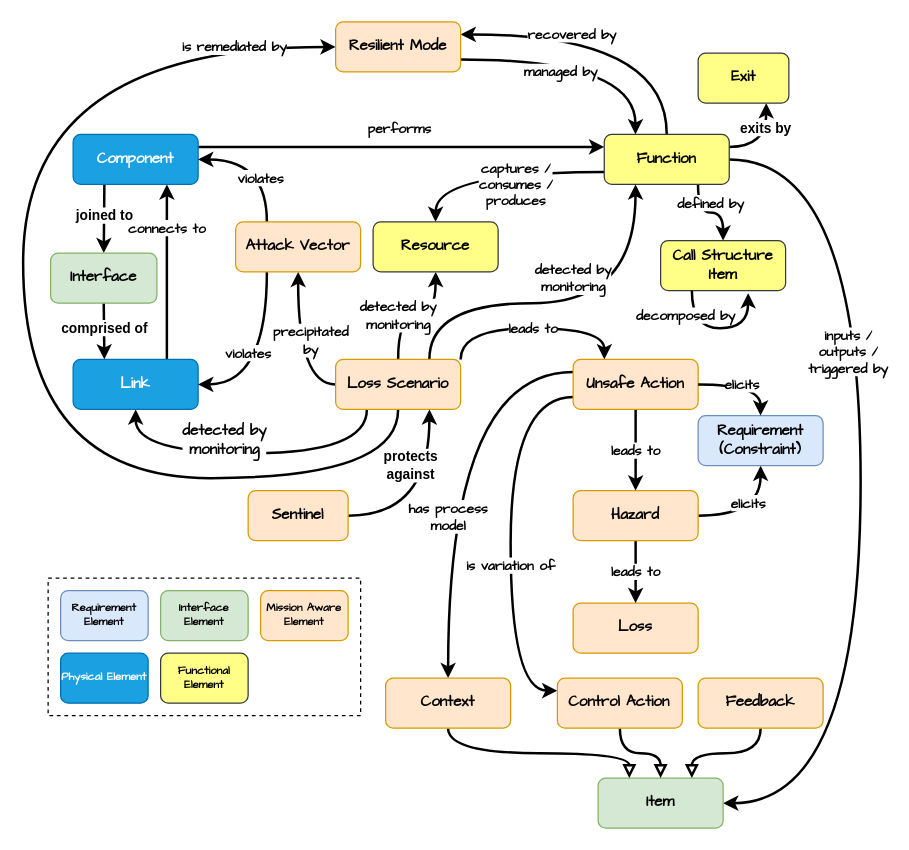
Earlier version of the draw.io diagram page "ma-mbse" (2 of 2) of images/source/mission-aware.drawio (coordinated-systems-lab/ma-mbse-metamodel). Source tidied: cells renumbered, new cells numbered last; positions are measured from the earlier drawing's top-left corner, leaving out a move shared by most shapes. Both pictures are drawn from the tidied source at 125%, with x=0, y=0 at pixel (22, 21).
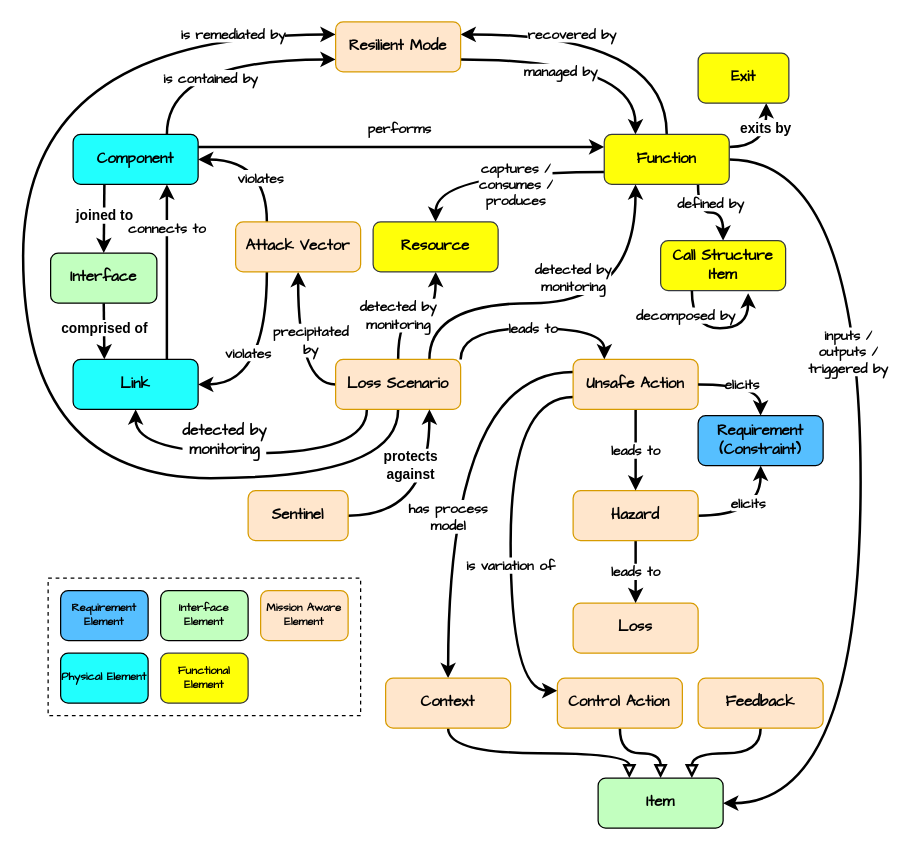
Above is the later version.

The change refers to these unchanged cells:
```xml
<mxCell id="29" value="Loss Scenario" style="rounded=1;whiteSpace=wrap;html=1;fillColor=#ffe6cc;strokeColor=#d79b00;fontFamily=Comic Sans MS;fontStyle=1;" parent="1" vertex="1">
  <mxGeometry x="250" y="270" width="100" height="40" as="geometry" />
</mxCell>
<mxCell id="42" value="Resilient Mode" style="rounded=1;whiteSpace=wrap;html=1;fillColor=#ffe6cc;strokeColor=#d79b00;fontFamily=Comic Sans MS;fontStyle=1;" parent="1" vertex="1">
  <mxGeometry x="250" width="100" height="40" as="geometry" />
</mxCell>
<mxCell id="44" style="group;fontStyle=1;" parent="1" vertex="1">
  <mxGeometry x="20" y="445" width="250" height="110" as="geometry" />
</mxCell>
```

The edit, as a diff of the source:
```diff
@@
-    <mxCell id="4" value="Component" style="rounded=1;whiteSpace=wrap;html=1;fillColor=#1ba1e2;strokeColor=#006EAF;fontFamily=Comic Sans MS;fontColor=#ffffff;fontStyle=1;" parent="1" vertex="1">
+    <mxCell id="4" value="Component" style="rounded=1;whiteSpace=wrap;html=1;fillColor=#21fffe;strokeColor=#000000;fontFamily=Comic Sans MS;fontColor=#000000;fontStyle=1;" parent="1" vertex="1">
       <mxGeometry x="40" y="90" width="100" height="40" as="geometry" />
     </mxCell>
@@
-    <mxCell id="10" value="Function" style="rounded=1;whiteSpace=wrap;html=1;fillColor=#ffff88;strokeColor=#36393d;fontFamily=Comic Sans MS;fontStyle=1;" parent="1" vertex="1">
+    <mxCell id="10" value="Function" style="rounded=1;whiteSpace=wrap;html=1;fillColor=#ffff09;strokeColor=#36393d;fontFamily=Comic Sans MS;fontStyle=1;" parent="1" vertex="1">
       <mxGeometry x="464.9" y="90" width="100" height="40" as="geometry" />
     </mxCell>
@@
-    <mxCell id="16" value="Link" style="rounded=1;whiteSpace=wrap;html=1;fillColor=#1ba1e2;strokeColor=#006EAF;fontFamily=Comic Sans MS;fontColor=#ffffff;fontStyle=1;" parent="1" vertex="1">
+    <mxCell id="16" value="Link" style="rounded=1;whiteSpace=wrap;html=1;fillColor=#21fffe;strokeColor=#000000;fontFamily=Comic Sans MS;fontColor=#000000;fontStyle=1;" parent="1" vertex="1">
       <mxGeometry x="40" y="270" width="100" height="40" as="geometry" />
     </mxCell>
@@
-    <mxCell id="21" value="Item" style="rounded=1;whiteSpace=wrap;html=1;fillColor=#d5e8d4;strokeColor=#82b366;fontFamily=Comic Sans MS;fontStyle=1;" parent="1" vertex="1">
+    <mxCell id="21" value="Item" style="rounded=1;whiteSpace=wrap;html=1;fillColor=#c2ffbf;strokeColor=#000000;fontFamily=Comic Sans MS;fontStyle=1;" parent="1" vertex="1">
       <mxGeometry x="460" y="605" width="100" height="40" as="geometry" />
     </mxCell>
@@
-    <mxCell id="23" value="is remediated by" style="edgeStyle=orthogonalEdgeStyle;curved=1;rounded=0;jettySize=auto;html=1;entryX=0;entryY=0.5;entryDx=0;entryDy=0;endArrow=classic;fontFamily=Comic Sans MS;fontStyle=1;strokeWidth=2;exitX=0.5;exitY=1;exitDx=0;exitDy=0;" parent="1" edge="1" source="29" target="42">
+    <mxCell id="23" value="is remediated by" style="edgeStyle=orthogonalEdgeStyle;curved=1;rounded=0;jettySize=auto;html=1;entryX=0;entryY=0.25;entryDx=0;entryDy=0;endArrow=classic;fontFamily=Comic Sans MS;fontStyle=1;strokeWidth=2;exitX=0.5;exitY=1;exitDx=0;exitDy=0;" parent="1" edge="1" source="29" target="42">
       <mxGeometry x="0.83" relative="1" as="geometry">
         <Array as="points">
           <mxPoint x="300" y="365" />
           <mxPoint y="365" />
-          <mxPoint y="20" />
+          <mxPoint y="10" />
         </Array>
       </mxGeometry>
     </mxCell>
@@
-    <mxCell id="30" value="Call Structure Item" style="rounded=1;whiteSpace=wrap;html=1;fillColor=#ffff88;strokeColor=#36393d;fontFamily=Comic Sans MS;fontStyle=1;" parent="1" vertex="1">
+    <mxCell id="30" value="Call Structure Item" style="rounded=1;whiteSpace=wrap;html=1;fillColor=#ffff09;strokeColor=#36393d;fontFamily=Comic Sans MS;fontStyle=1;" parent="1" vertex="1">
       <mxGeometry x="510" y="175" width="100" height="40" as="geometry" />
     </mxCell>
@@
+    <mxCell id="58" value="is contained by" style="edgeStyle=orthogonalEdgeStyle;rounded=0;jettySize=auto;html=1;exitX=0;exitY=0.75;exitDx=0;exitDy=0;entryX=0.75;entryY=0;entryDx=0;entryDy=0;curved=1;strokeWidth=2;fontFamily=Comic Sans MS;fontStyle=1;endArrow=none;endFill=0;startArrow=classic;startFill=1;" parent="1" edge="1" source="42" target="4">
+      <mxGeometry x="0.03" y="15" relative="1" as="geometry" />
+    </mxCell>
@@
-    <mxCell id="43" value="Resource" style="rounded=1;whiteSpace=wrap;html=1;fillColor=#ffff88;strokeColor=#36393d;fontFamily=Comic Sans MS;fontStyle=1;" parent="1" vertex="1">
+    <mxCell id="43" value="Resource" style="rounded=1;whiteSpace=wrap;html=1;fillColor=#ffff09;strokeColor=#36393d;fontFamily=Comic Sans MS;fontStyle=1;" parent="1" vertex="1">
       <mxGeometry x="280" y="160" width="100" height="40" as="geometry" />
     </mxCell>
@@
-    <mxCell id="46" value="Requirement Element" style="rounded=1;whiteSpace=wrap;html=1;fillColor=#dae8fc;strokeColor=#6c8ebf;fontFamily=Comic Sans MS;fontSize=9;fontStyle=1;" parent="44" vertex="1">
+    <mxCell id="46" value="Requirement Element" style="rounded=1;whiteSpace=wrap;html=1;fillColor=#56bfff;strokeColor=#000000;fontFamily=Comic Sans MS;fontSize=9;fontStyle=1;" parent="44" vertex="1">
       <mxGeometry x="10" y="10" width="70" height="40" as="geometry" />
     </mxCell>
-    <mxCell id="47" value="Physical Element" style="rounded=1;whiteSpace=wrap;html=1;fillColor=#1ba1e2;strokeColor=#006EAF;fontFamily=Comic Sans MS;fontColor=#ffffff;fontSize=9;fontStyle=1;" parent="44" vertex="1">
+    <mxCell id="47" value="Physical Element" style="rounded=1;whiteSpace=wrap;html=1;fillColor=#21fffe;strokeColor=#000000;fontFamily=Comic Sans MS;fontColor=#000000;fontSize=9;fontStyle=1;" parent="44" vertex="1">
       <mxGeometry x="10" y="60" width="70" height="40" as="geometry" />
     </mxCell>
-    <mxCell id="48" value="Interface Element" style="rounded=1;whiteSpace=wrap;html=1;fillColor=#d5e8d4;strokeColor=#82b366;fontFamily=Comic Sans MS;fontSize=9;fontStyle=1;" parent="44" vertex="1">
+    <mxCell id="48" value="Interface Element" style="rounded=1;whiteSpace=wrap;html=1;fillColor=#c2ffbf;strokeColor=#000000;fontFamily=Comic Sans MS;fontSize=9;fontStyle=1;" parent="44" vertex="1">
       <mxGeometry x="90" y="10" width="70" height="40" as="geometry" />
     </mxCell>
-    <mxCell id="49" value="Functional Element" style="rounded=1;whiteSpace=wrap;html=1;fillColor=#ffff88;strokeColor=#36393d;fontFamily=Comic Sans MS;fontSize=9;fontStyle=1;" parent="44" vertex="1">
+    <mxCell id="49" value="Functional Element" style="rounded=1;whiteSpace=wrap;html=1;fillColor=#ffff09;strokeColor=#36393d;fontFamily=Comic Sans MS;fontSize=9;fontStyle=1;" parent="44" vertex="1">
       <mxGeometry x="90" y="60" width="70" height="40" as="geometry" />
     </mxCell>
@@
-    <mxCell id="51" value="Requirement&lt;br&gt;(Constraint)" style="rounded=1;whiteSpace=wrap;html=1;fillColor=#dae8fc;strokeColor=#6c8ebf;fontFamily=Comic Sans MS;fontStyle=1;" parent="1" vertex="1">
+    <mxCell id="51" value="Requirement&lt;br&gt;(Constraint)" style="rounded=1;whiteSpace=wrap;html=1;fillColor=#56bfff;strokeColor=#000000;fontFamily=Comic Sans MS;fontStyle=1;" parent="1" vertex="1">
       <mxGeometry x="540" y="315" width="100" height="40" as="geometry" />
     </mxCell>
@@
-    <mxCell id="54" value="Interface" style="rounded=1;whiteSpace=wrap;html=1;fillColor=#d5e8d4;strokeColor=#82b366;fontFamily=Comic Sans MS;fontStyle=1;" parent="1" vertex="1">
+    <mxCell id="54" value="Interface" style="rounded=1;whiteSpace=wrap;html=1;fillColor=#c2ffbf;strokeColor=#000000;fontFamily=Comic Sans MS;fontStyle=1;" parent="1" vertex="1">
       <mxGeometry x="22" y="185" width="85" height="40" as="geometry" />
     </mxCell>
@@
-    <mxCell id="57" value="Exit" style="rounded=1;whiteSpace=wrap;html=1;fillColor=#ffff88;strokeColor=#36393d;fontFamily=Comic Sans MS;fontStyle=1;" parent="1" vertex="1">
+    <mxCell id="57" value="Exit" style="rounded=1;whiteSpace=wrap;html=1;fillColor=#ffff09;strokeColor=#36393d;fontFamily=Comic Sans MS;fontStyle=1;" parent="1" vertex="1">
       <mxGeometry x="540" y="25" width="72.6" height="40" as="geometry" />
     </mxCell>
```
